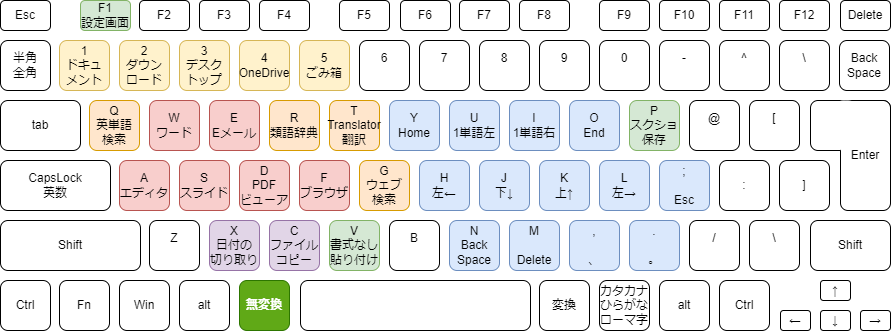
Above: img/keyboard.png in kimushun1101/muhenkan-switch (draw.io), before the change. Source tidied: cells renumbered, new cells last; positions are measured from the earlier drawing's top-left corner, leaving out a move shared by most shapes.
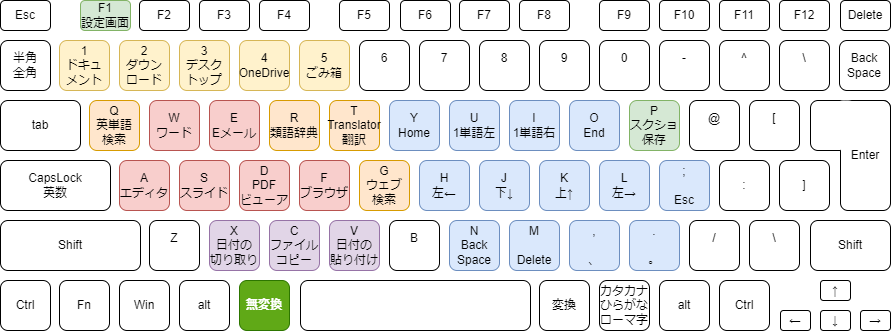
Above is the later version.

Diff of the diagram source:
```diff
@@ -23,7 +23,7 @@
     <mxCell id="8" value="C&lt;br&gt;ファイルコピー" style="rounded=1;whiteSpace=wrap;html=1;fillColor=#e1d5e7;strokeColor=#9673a6;" parent="1" vertex="1">
       <mxGeometry x="269" y="220" width="50" height="50" as="geometry" />
     </mxCell>
-    <mxCell id="9" value="V&lt;br&gt;書式なし&lt;br&gt;貼り付け" style="rounded=1;whiteSpace=wrap;html=1;fillColor=#d5e8d4;strokeColor=#82b366;" parent="1" vertex="1">
+    <mxCell id="9" value="V&lt;br&gt;日付の&lt;br&gt;貼り付け" style="rounded=1;whiteSpace=wrap;html=1;fillColor=#e1d5e7;strokeColor=#9673a6;" parent="1" vertex="1">
       <mxGeometry x="329" y="220" width="50" height="50" as="geometry" />
     </mxCell>
     <mxCell id="10" value="G&lt;br&gt;ウェブ&lt;br&gt;検索" style="rounded=1;whiteSpace=wrap;html=1;fillColor=#ffe6cc;strokeColor=#d79b00;" parent="1" vertex="1">
```
